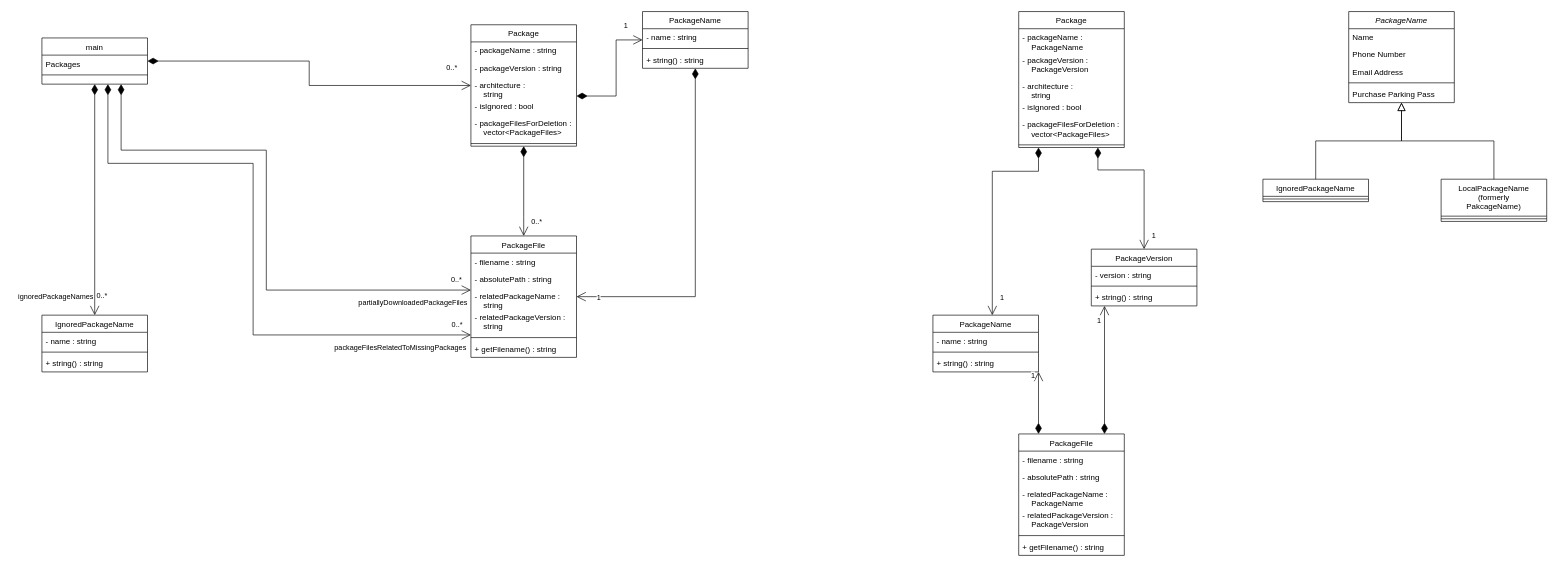
This is clean_pacman_cache_dir.drawio from kyberdrb/clean_pacman_cache_dir, a draw.io file, before an edit. Source tidied: cells renumbered, new cells numbered last; positions are measured from the earlier drawing's top-left corner, leaving out a move shared by most shapes. Both pictures are drawn from the tidied source at 66%, with x=0, y=0 at pixel (42, 11).
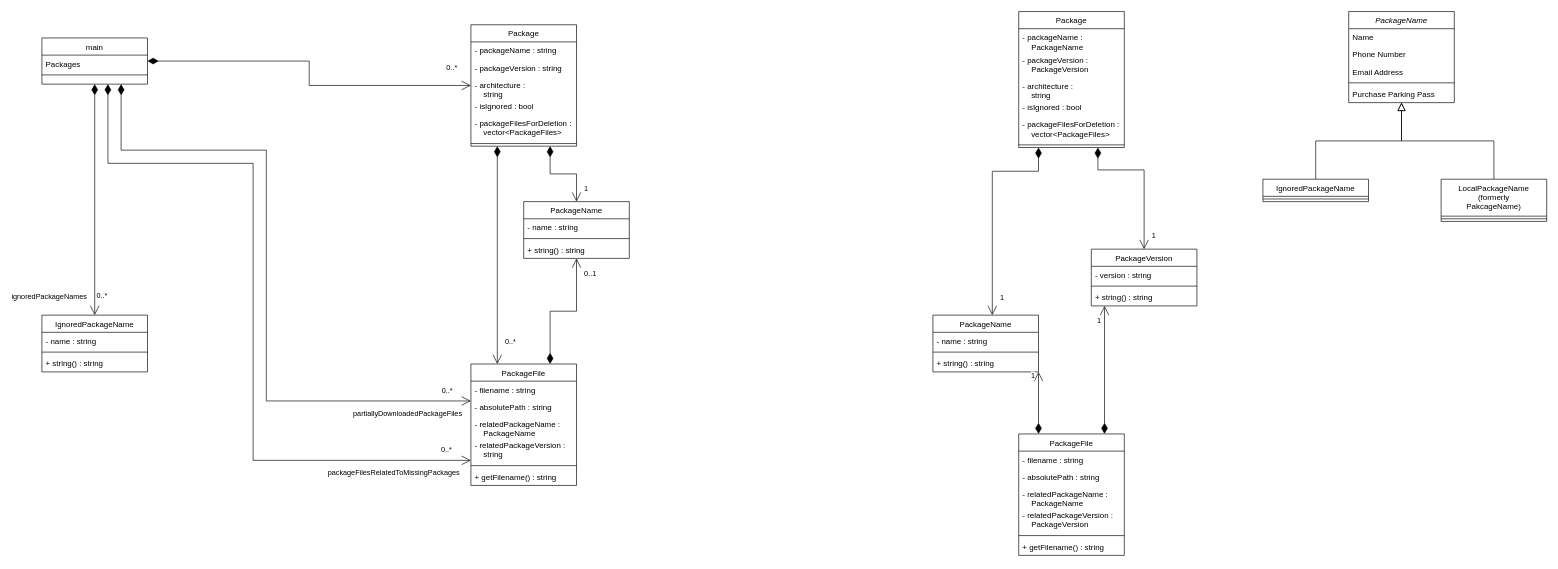
After the change.

Commit message (it also covers changes not shown here):
Add composition from 'PackageFile' to 'PackageName'...

The change refers to these unchanged cells:
```xml
<mxCell id="14" value="Package" style="swimlane;fontStyle=0;align=center;verticalAlign=top;horizontal=1;startSize=26;rounded=0;shadow=0;strokeWidth=1;" parent="1" vertex="1">
  <mxGeometry x="650" y="20" width="160" height="184" as="geometry" />
</mxCell>
<mxCell id="21" value="main" style="swimlane;fontStyle=0;align=center;verticalAlign=top;horizontal=1;startSize=26;rounded=0;shadow=0;strokeWidth=1;" parent="1" vertex="1">
  <mxGeometry y="40" width="160" height="70" as="geometry" />
</mxCell>
<mxCell id="24" style="endArrow=open;html=1;endSize=12;startArrow=diamondThin;startSize=14;startFill=1;edgeStyle=orthogonalEdgeStyle;align=left;verticalAlign=bottom;rounded=0;" parent="1" edge="1" source="21" target="31">
  <mxGeometry x="-0.8" y="10" relative="1" as="geometry">
    <Array as="points">
      <mxPoint x="80" y="293" />
    </Array>
  </mxGeometry>
</mxCell>
```

Change to the diagram source:
```diff
@@
     <mxCell id="26" value="ignoredPackageNames" style="edgeLabel;html=1;align=center;verticalAlign=middle;" parent="24" vertex="1">
       <mxGeometry x="0.77" relative="1" as="geometry">
-        <mxPoint x="-60" y="11" as="offset" />
+        <mxPoint x="-70" y="11" as="offset" />
       </mxGeometry>
     </mxCell>
     <mxCell id="27" value="PackageName" style="swimlane;fontStyle=0;align=center;verticalAlign=top;horizontal=1;startSize=26;rounded=0;shadow=0;strokeWidth=1;" parent="1" vertex="1">
-      <mxGeometry x="910" width="160" height="86" as="geometry" />
+      <mxGeometry x="730" y="288" width="160" height="86" as="geometry" />
     </mxCell>
@@
     <mxCell id="35" value="1" style="endArrow=open;html=1;endSize=12;startArrow=diamondThin;startSize=14;startFill=1;edgeStyle=orthogonalEdgeStyle;align=left;verticalAlign=bottom;rounded=0;" parent="1" edge="1" source="14" target="27">
-      <mxGeometry x="0.68" y="13" relative="1" as="geometry">
+      <mxGeometry x="0.84" y="10" relative="1" as="geometry">
         <Array as="points">
-          <mxPoint x="870" y="128" />
-          <mxPoint x="870" y="43" />
+          <mxPoint x="770" y="246" />
+          <mxPoint x="810" y="246" />
         </Array>
       </mxGeometry>
     </mxCell>
     <mxCell id="36" value="PackageFile" style="swimlane;fontStyle=0;align=center;verticalAlign=top;horizontal=1;startSize=26;rounded=0;shadow=0;strokeWidth=1;" parent="1" vertex="1">
-      <mxGeometry x="650" y="340" width="160" height="184" as="geometry" />
+      <mxGeometry x="650" y="534" width="160" height="184" as="geometry" />
     </mxCell>
@@
-    <mxCell id="39" value="- relatedPackageName : &#10;    string" style="text;align=left;verticalAlign=top;spacingLeft=4;spacingRight=4;overflow=hidden;" parent="36" vertex="1">
+    <mxCell id="39" value="- relatedPackageName : &#10;    PackageName" style="text;align=left;verticalAlign=top;spacingLeft=4;spacingRight=4;overflow=hidden;" parent="36" vertex="1">
       <mxGeometry y="78" width="160" height="32" as="geometry" />
     </mxCell>
@@
     <mxCell id="43" value="0..*" style="endArrow=open;html=1;endSize=12;startArrow=diamondThin;startSize=14;startFill=1;edgeStyle=orthogonalEdgeStyle;align=left;verticalAlign=bottom;rounded=0;" parent="1" edge="1" source="14" target="36">
-      <mxGeometry x="0.81" y="10" relative="1" as="geometry">
+      <mxGeometry x="0.85" y="10" relative="1" as="geometry">
         <Array as="points">
-          <mxPoint x="730" y="310" />
-          <mxPoint x="730" y="310" />
+          <mxPoint x="690" y="260" />
+          <mxPoint x="690" y="260" />
         </Array>
       </mxGeometry>
     </mxCell>
@@
     <mxCell id="46" style="endArrow=open;html=1;endSize=12;startArrow=diamondThin;startSize=14;startFill=1;edgeStyle=orthogonalEdgeStyle;align=left;verticalAlign=bottom;rounded=0;" parent="1" edge="1" source="21" target="36">
       <mxGeometry x="-0.8" y="10" relative="1" as="geometry">
         <Array as="points">
           <mxPoint x="120" y="210" />
           <mxPoint x="340" y="210" />
-          <mxPoint x="340" y="422" />
+          <mxPoint x="340" y="590" />
         </Array>
       </mxGeometry>
     </mxCell>
@@
     <mxCell id="66" style="endArrow=open;html=1;endSize=12;startArrow=diamondThin;startSize=14;startFill=1;edgeStyle=orthogonalEdgeStyle;align=left;verticalAlign=bottom;rounded=0;" parent="1" edge="1" source="21" target="36">
       <mxGeometry x="-0.8" y="10" relative="1" as="geometry">
         <Array as="points">
           <mxPoint x="100" y="230" />
           <mxPoint x="320" y="230" />
-          <mxPoint x="320" y="490" />
+          <mxPoint x="320" y="680" />
         </Array>
       </mxGeometry>
     </mxCell>
@@
-    <mxCell id="78" value="1" style="endArrow=open;html=1;endSize=12;startArrow=diamondThin;startSize=14;startFill=1;edgeStyle=orthogonalEdgeStyle;align=left;verticalAlign=bottom;rounded=0;" parent="1" edge="1" source="27" target="36">
-      <mxGeometry x="0.89" y="10" relative="1" as="geometry">
+    <mxCell id="78" value="0..1" style="endArrow=open;html=1;endSize=12;startArrow=diamondThin;startSize=14;startFill=1;edgeStyle=orthogonalEdgeStyle;align=left;verticalAlign=bottom;rounded=0;" parent="1" edge="1" source="36" target="27">
+      <mxGeometry x="0.68" y="-10" relative="1" as="geometry">
         <Array as="points">
-          <mxPoint x="990" y="432" />
+          <mxPoint x="770" y="454" />
+          <mxPoint x="810" y="454" />
         </Array>
       </mxGeometry>
     </mxCell>
```
